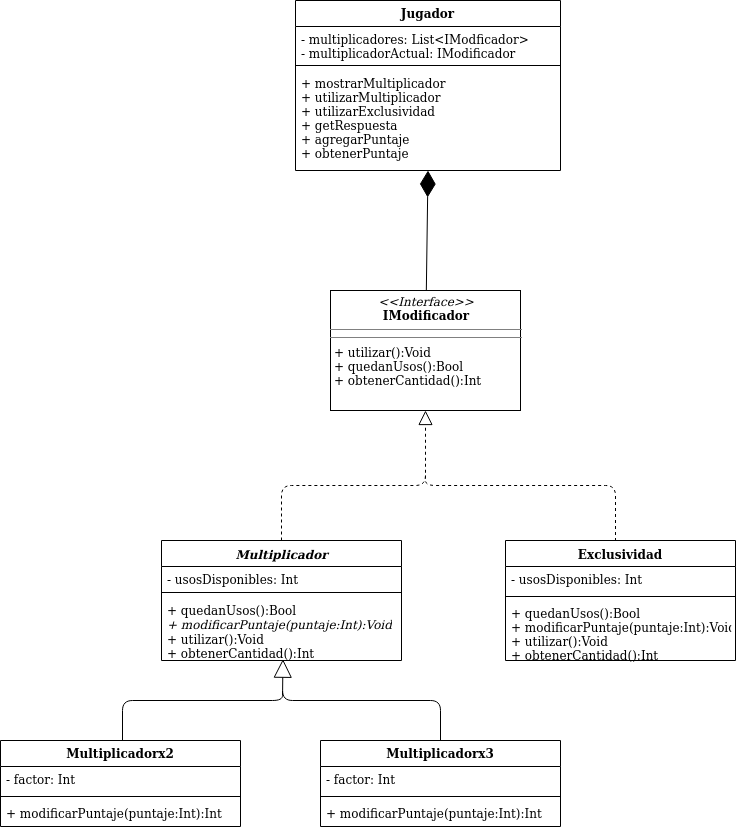
Before: informe/Diagrama Jugador.png, a diagram exported from draw.io (AndresJalife/Kahoot-2.0). Source tidied: cells renumbered, new cells last; positions are measured from the earlier drawing's top-left corner, leaving out a move shared by most shapes.
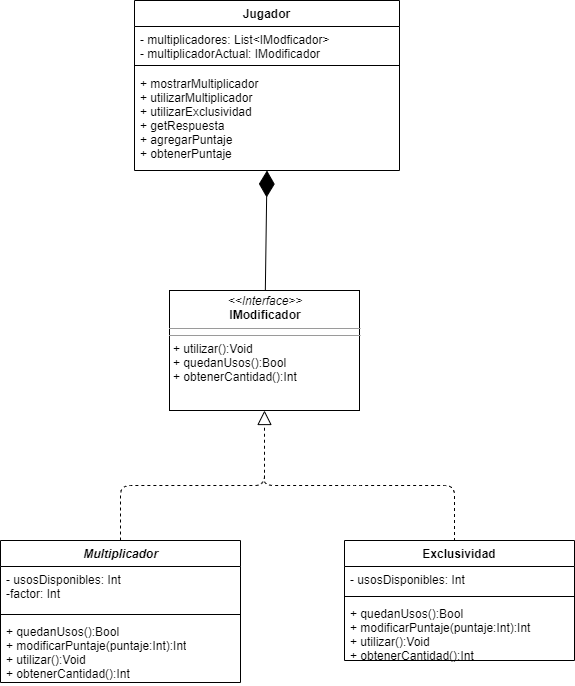
The same file after the commit.

Commit message:
Actualizo algunos diagramas de clase

The edit, as a diff of the source:
```diff
@@ -39,14 +39,6 @@
     <mxCell id="9" value="+ mostrarMultiplicador&#10;+ utilizarMultiplicador&#10;+ utilizarExclusividad&#10;+ getRespuesta&#10;+ agregarPuntaje&#10;+ obtenerPuntaje" style="text;strokeColor=none;fillColor=none;align=left;verticalAlign=top;spacingLeft=4;spacingRight=4;overflow=hidden;" parent="6" vertex="1">
       <mxGeometry y="70" width="265" height="100" as="geometry" />
     </mxCell>
-    <mxCell id="10" style="endArrow=block;endSize=16;endFill=0;html=1;entryX=0.506;entryY=0.98;entryDx=0;entryDy=0;entryPerimeter=0;exitX=0.5;exitY=0;exitDx=0;exitDy=0;" parent="1" edge="1" source="15" target="27">
-      <mxGeometry relative="1" as="geometry">
-        <Array as="points">
-          <mxPoint x="440" y="700" />
-          <mxPoint x="282" y="700" />
-        </Array>
-      </mxGeometry>
-    </mxCell>
     <mxCell id="11" value="Exclusividad" style="swimlane;fontStyle=1;align=center;verticalAlign=top;horizontal=1;startSize=26;whiteSpace=wrap;" parent="1" vertex="1">
       <mxGeometry x="505" y="540" width="230" height="120" as="geometry" />
     </mxCell>
@@ -56,55 +48,20 @@
     <mxCell id="13" style="line;strokeWidth=1;fillColor=none;align=left;verticalAlign=middle;spacingTop=-1;spacingLeft=3;spacingRight=3;labelPosition=right;" parent="11" vertex="1">
       <mxGeometry y="52" width="230" height="8" as="geometry" />
     </mxCell>
-    <mxCell id="14" value="+ quedanUsos():Bool&#10;+ modificarPuntaje(puntaje:Int):Void&#10;+ utilizar():Void&#10;+ obtenerCantidad():Int" style="text;strokeColor=none;fillColor=none;align=left;verticalAlign=top;spacingLeft=4;spacingRight=4;overflow=hidden;" parent="11" vertex="1">
+    <mxCell id="14" value="+ quedanUsos():Bool&#10;+ modificarPuntaje(puntaje:Int):Int&#10;+ utilizar():Void&#10;+ obtenerCantidad():Int" style="text;strokeColor=none;fillColor=none;align=left;verticalAlign=top;spacingLeft=4;spacingRight=4;overflow=hidden;" parent="11" vertex="1">
       <mxGeometry y="60" width="230" height="60" as="geometry" />
     </mxCell>
-    <mxCell id="15" value="Multiplicadorx3&#10;" style="swimlane;fontStyle=1;align=center;verticalAlign=top;horizontal=1;startSize=26;" parent="1" vertex="1">
-      <mxGeometry x="320" y="740" width="240" height="86" as="geometry" />
-    </mxCell>
-    <mxCell id="16" value="- factor: Int&#10;" style="text;strokeColor=none;fillColor=none;align=left;verticalAlign=top;spacingLeft=4;spacingRight=4;overflow=hidden;" parent="15" vertex="1">
-      <mxGeometry y="26" width="240" height="26" as="geometry" />
-    </mxCell>
-    <mxCell id="17" style="line;strokeWidth=1;fillColor=none;align=left;verticalAlign=middle;spacingTop=-1;spacingLeft=3;spacingRight=3;labelPosition=right;" parent="15" vertex="1">
-      <mxGeometry y="52" width="240" height="8" as="geometry" />
-    </mxCell>
-    <mxCell id="18" value="+ modificarPuntaje(puntaje:Int):Int&#10;&#10;&#10;" style="text;strokeColor=none;fillColor=none;align=left;verticalAlign=top;spacingLeft=4;spacingRight=4;overflow=hidden;" parent="15" vertex="1">
-      <mxGeometry y="60" width="240" height="26" as="geometry" />
-    </mxCell>
-    <mxCell id="19" value="Multiplicadorx2&#10;" style="swimlane;fontStyle=1;align=center;verticalAlign=top;horizontal=1;startSize=26;" parent="1" vertex="1">
-      <mxGeometry y="740" width="240" height="86" as="geometry" />
-    </mxCell>
-    <mxCell id="20" value="- factor: Int" style="text;strokeColor=none;fillColor=none;align=left;verticalAlign=top;spacingLeft=4;spacingRight=4;overflow=hidden;" parent="19" vertex="1">
-      <mxGeometry y="26" width="240" height="26" as="geometry" />
-    </mxCell>
-    <mxCell id="21" style="line;strokeWidth=1;fillColor=none;align=left;verticalAlign=middle;spacingTop=-1;spacingLeft=3;spacingRight=3;labelPosition=right;" parent="19" vertex="1">
-      <mxGeometry y="52" width="240" height="8" as="geometry" />
-    </mxCell>
-    <mxCell id="22" value="+ modificarPuntaje(puntaje:Int):Int&#10;" style="text;strokeColor=none;fillColor=none;align=left;verticalAlign=top;spacingLeft=4;spacingRight=4;overflow=hidden;" parent="19" vertex="1">
-      <mxGeometry y="60" width="240" height="26" as="geometry" />
-    </mxCell>
-    <mxCell id="23" style="endArrow=none;html=1;edgeStyle=orthogonalEdgeStyle;exitX=0.5;exitY=0;exitDx=0;exitDy=0;" parent="1" edge="1">
-      <mxGeometry relative="1" as="geometry">
-        <mxPoint x="122" y="740" as="sourcePoint" />
-        <mxPoint x="282" y="690" as="targetPoint" />
-        <Array as="points">
-          <mxPoint x="122" y="700" />
-          <mxPoint x="282" y="700" />
-          <mxPoint x="282" y="690" />
-        </Array>
-      </mxGeometry>
-    </mxCell>
     <mxCell id="24" value="&lt;i&gt;Multiplicador&lt;/i&gt;" style="swimlane;fontStyle=1;align=center;verticalAlign=top;horizontal=1;startSize=26;html=1;" parent="1" vertex="1">
-      <mxGeometry x="161" y="540" width="240" height="120" as="geometry" />
+      <mxGeometry x="161" y="540" width="240" height="142" as="geometry" />
     </mxCell>
-    <mxCell id="25" value="- usosDisponibles: Int&#10;" style="text;strokeColor=none;fillColor=none;align=left;verticalAlign=top;spacingLeft=4;spacingRight=4;overflow=hidden;" parent="24" vertex="1">
-      <mxGeometry y="26" width="240" height="22" as="geometry" />
+    <mxCell id="25" value="- usosDisponibles: Int&#10;-factor: Int" style="text;strokeColor=none;fillColor=none;align=left;verticalAlign=top;spacingLeft=4;spacingRight=4;overflow=hidden;" parent="24" vertex="1">
+      <mxGeometry y="26" width="240" height="44" as="geometry" />
     </mxCell>
     <mxCell id="26" style="line;strokeWidth=1;fillColor=none;align=left;verticalAlign=middle;spacingTop=-1;spacingLeft=3;spacingRight=3;labelPosition=right;" parent="24" vertex="1">
-      <mxGeometry y="48" width="240" height="8" as="geometry" />
+      <mxGeometry y="70" width="240" height="8" as="geometry" />
     </mxCell>
-    <mxCell id="27" value="+ quedanUsos():Bool&lt;br&gt;&lt;i&gt;+ modificarPuntaje(puntaje:Int):Void&lt;/i&gt;&lt;br&gt;+ utilizar():Void&lt;br&gt;+ obtenerCantidad():Int&lt;br&gt;" style="text;strokeColor=none;fillColor=none;align=left;verticalAlign=top;spacingLeft=4;spacingRight=4;overflow=hidden;points=[[0,0.5],[1,0.5]];portConstraint=eastwest;whiteSpace=wrap;fontStyle=0;html=1;" parent="24" vertex="1">
-      <mxGeometry y="56" width="240" height="64" as="geometry" />
+    <mxCell id="27" value="+ quedanUsos():Bool&lt;br&gt;+ modificarPuntaje(puntaje:Int):Int&lt;br&gt;+ utilizar():Void&lt;br&gt;+ obtenerCantidad():Int" style="text;strokeColor=none;fillColor=none;align=left;verticalAlign=top;spacingLeft=4;spacingRight=4;overflow=hidden;points=[[0,0.5],[1,0.5]];portConstraint=eastwest;whiteSpace=wrap;fontStyle=0;html=1;" parent="24" vertex="1">
+      <mxGeometry y="78" width="240" height="64" as="geometry" />
     </mxCell>
   </root>
 </mxGraphModel>
```
